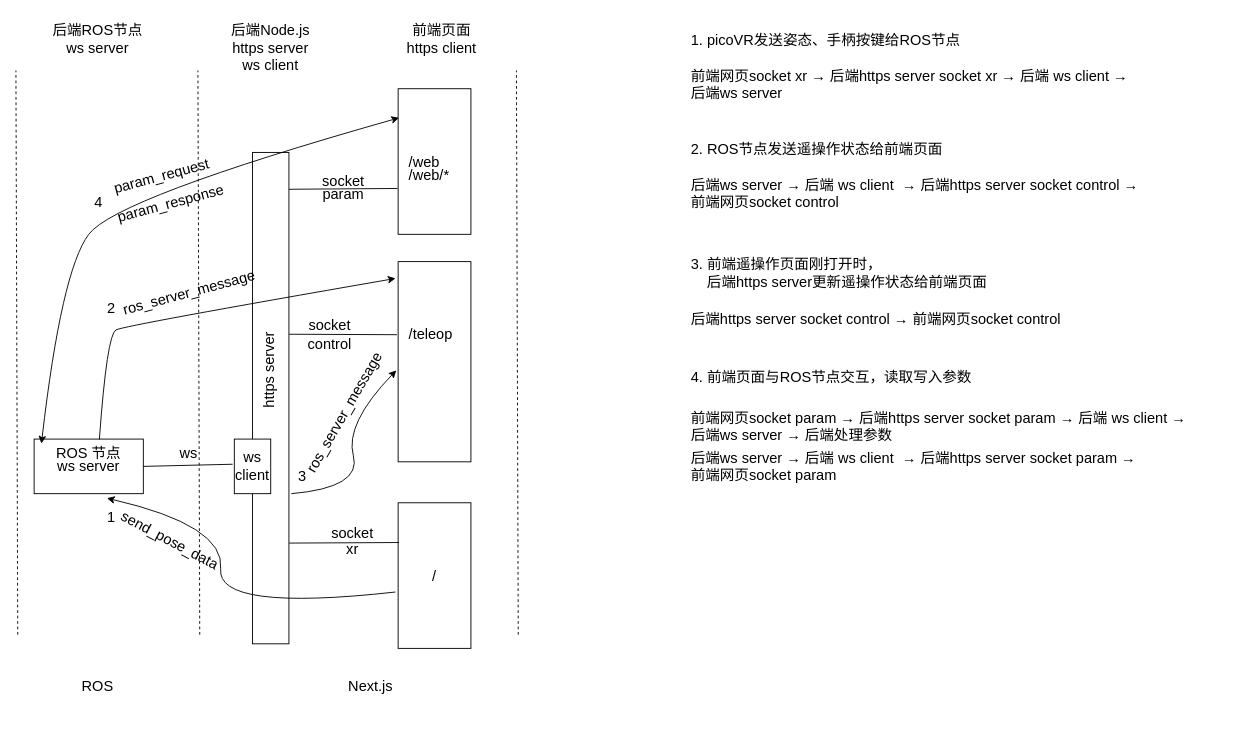
zyyilotworking/project_data keeps this draw.io diagram as page "流程" (1 of 2) of teleop.drawio. Above is the earlier version. Source tidied: cells renumbered, new cells numbered last; positions are measured from the earlier drawing's top-left corner, leaving out a move shared by most shapes. Both pictures are drawn from the tidied source at 91%, with x=0, y=0 at pixel (15, 15).
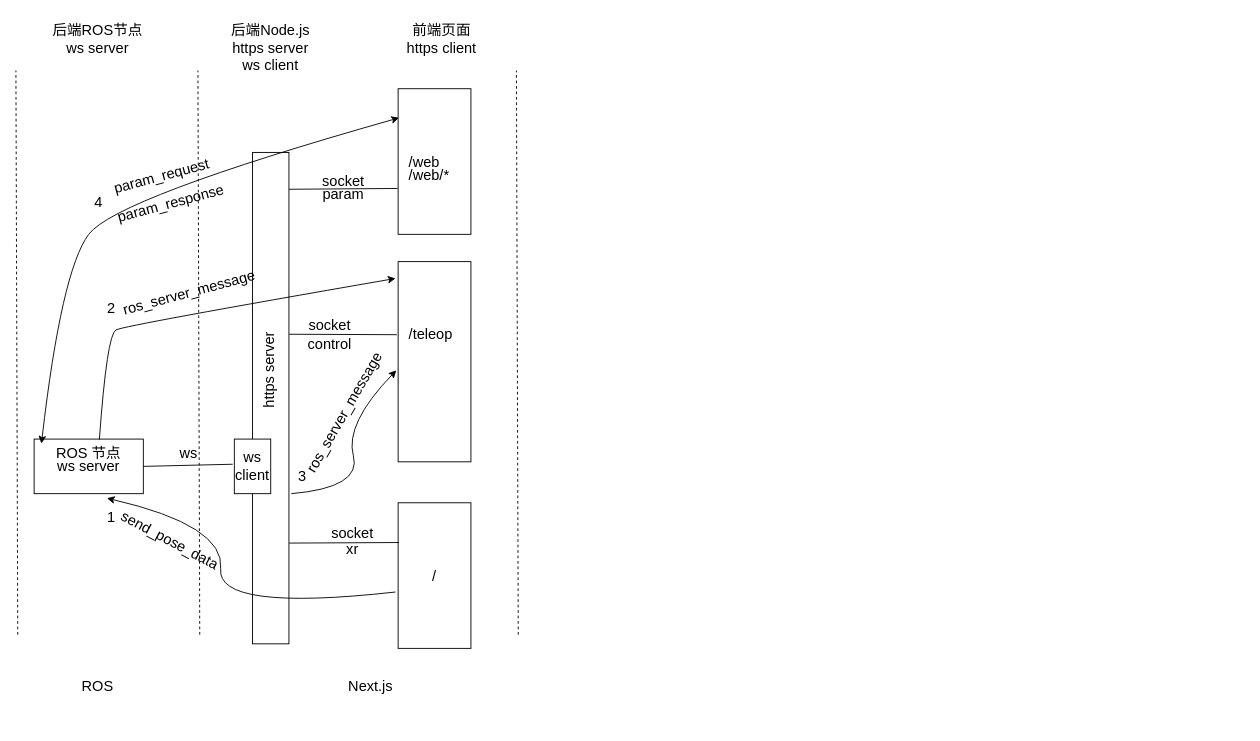
The same page after the edit.

Change to the diagram source:
```diff
@@
-    <mxCell id="46" value="&lt;span style=&quot;font-size: 16px;&quot;&gt;1. picoVR发送姿态、手柄按键给ROS节点&lt;/span&gt;" style="text;html=1;whiteSpace=wrap;strokeColor=none;fillColor=none;align=left;verticalAlign=top;rounded=0;" parent="1" vertex="1">
-      <mxGeometry x="740" y="10" width="350" height="30" as="geometry" />
-    </mxCell>
-    <mxCell id="47" value="&lt;span style=&quot;font-size: 16px;&quot;&gt;前端网页socket xr →&amp;nbsp;后端https server socket xr →&amp;nbsp;后端 ws client&amp;nbsp;→&lt;/span&gt;&lt;div&gt;&lt;span style=&quot;font-size: 16px;&quot;&gt;后端ws server&lt;/span&gt;&lt;/div&gt;" style="text;html=1;whiteSpace=wrap;strokeColor=none;fillColor=none;align=left;verticalAlign=top;rounded=0;" parent="1" vertex="1">
-      <mxGeometry x="740" y="50" width="610" height="50" as="geometry" />
-    </mxCell>
-    <mxCell id="48" value="&lt;span style=&quot;font-size: 16px;&quot;&gt;后端ws server →&amp;nbsp;后端 ws client&amp;nbsp; →&amp;nbsp;后端https server socket control →&lt;/span&gt;&lt;br&gt;&lt;span style=&quot;font-size: 16px;&quot;&gt;前端网页socket control&lt;/span&gt;" style="text;html=1;whiteSpace=wrap;strokeColor=none;fillColor=none;align=left;verticalAlign=top;rounded=0;" parent="1" vertex="1">
-      <mxGeometry x="740" y="170" width="610" height="50" as="geometry" />
-    </mxCell>
-    <mxCell id="49" value="&lt;span style=&quot;font-size: 16px;&quot;&gt;2. ROS节点发送遥操作状态给前端页面&lt;/span&gt;" style="text;html=1;whiteSpace=wrap;strokeColor=none;fillColor=none;align=left;verticalAlign=top;rounded=0;" parent="1" vertex="1">
-      <mxGeometry x="740" y="130" width="350" height="30" as="geometry" />
-    </mxCell>
-    <mxCell id="50" value="&lt;span style=&quot;font-size: 16px;&quot;&gt;3. 前端遥操作页面刚打开时，&lt;/span&gt;&lt;div&gt;&lt;span style=&quot;font-size: 16px;&quot;&gt;&amp;nbsp; &amp;nbsp; 后端https server更新遥操作状态给前端页面&lt;/span&gt;&lt;/div&gt;" style="text;html=1;whiteSpace=wrap;strokeColor=none;fillColor=none;align=left;verticalAlign=top;rounded=0;" parent="1" vertex="1">
-      <mxGeometry x="740" y="257.4" width="350" height="52.6" as="geometry" />
-    </mxCell>
-    <mxCell id="51" value="&lt;span style=&quot;font-size: 16px;&quot;&gt;后端https server socket control →&amp;nbsp;前端网页socket control&lt;/span&gt;" style="text;html=1;whiteSpace=wrap;strokeColor=none;fillColor=none;align=left;verticalAlign=top;rounded=0;" parent="1" vertex="1">
-      <mxGeometry x="740" y="317.4" width="610" height="50" as="geometry" />
-    </mxCell>
-    <mxCell id="52" value="&lt;span style=&quot;font-size: 16px;&quot;&gt;4. 前端页面与ROS节点交互，读取写入参数&lt;/span&gt;" style="text;html=1;whiteSpace=wrap;strokeColor=none;fillColor=none;align=left;verticalAlign=top;rounded=0;" parent="1" vertex="1">
-      <mxGeometry x="740" y="381" width="350" height="30" as="geometry" />
-    </mxCell>
-    <mxCell id="53" value="&lt;span style=&quot;font-size: 16px;&quot;&gt;前端网页socket param →&amp;nbsp;后端https server socket param →&amp;nbsp;后端 ws client&amp;nbsp;→&lt;/span&gt;&lt;div&gt;&lt;span style=&quot;font-size: 16px;&quot;&gt;后端ws server →&amp;nbsp;后端处理参数&lt;/span&gt;&lt;/div&gt;" style="text;html=1;whiteSpace=wrap;strokeColor=none;fillColor=none;align=left;verticalAlign=top;rounded=0;" parent="1" vertex="1">
-      <mxGeometry x="740" y="425.5" width="610" height="50" as="geometry" />
-    </mxCell>
-    <mxCell id="54" value="&lt;span style=&quot;font-size: 16px;&quot;&gt;后端ws server →&amp;nbsp;后端 ws client&amp;nbsp; →&amp;nbsp;后端https server socket param →&lt;/span&gt;&lt;br&gt;&lt;span style=&quot;font-size: 16px;&quot;&gt;前端网页socket param&lt;/span&gt;" style="text;html=1;whiteSpace=wrap;strokeColor=none;fillColor=none;align=left;verticalAlign=top;rounded=0;" parent="1" vertex="1">
-      <mxGeometry x="740" y="470" width="610" height="50" as="geometry" />
-    </mxCell>
```
